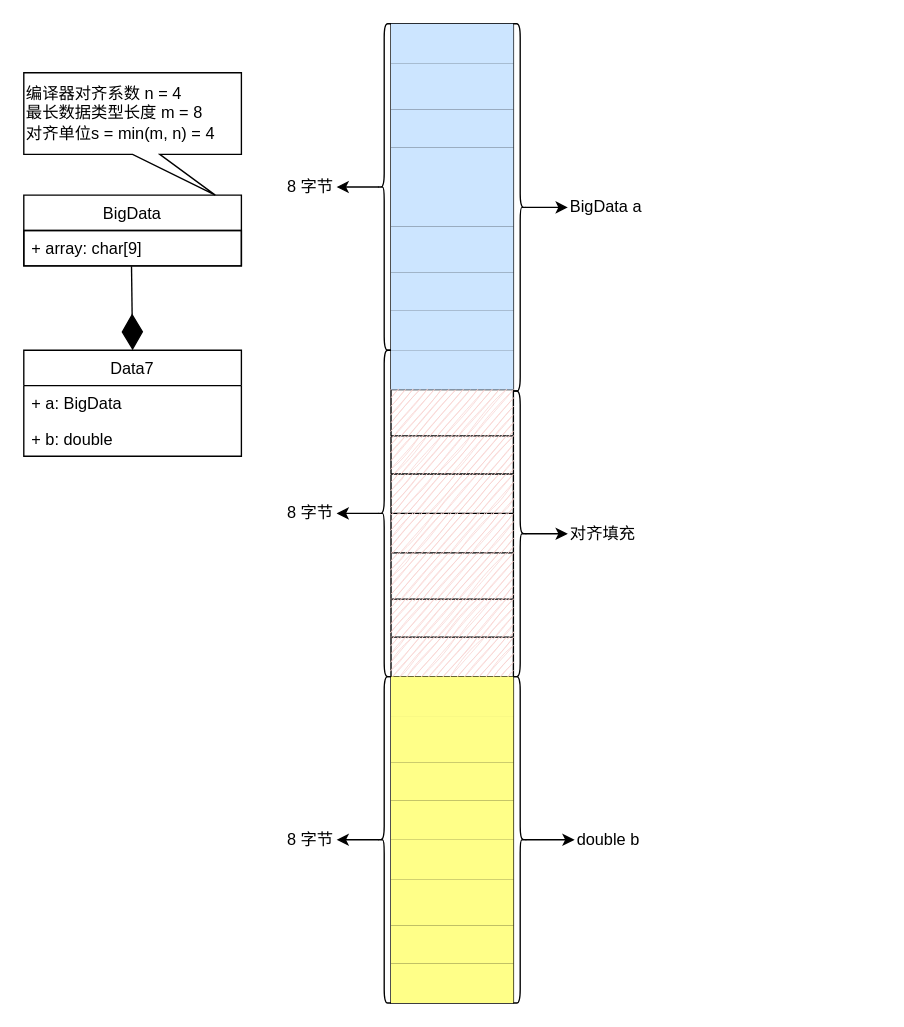
Earlier version of the draw.io diagram TechStack/memory_alignment_case7.drawio (zhxilin/picbed). Source tidied: cells renumbered, new cells numbered last; positions are measured from the earlier drawing's top-left corner, leaving out a move shared by most shapes. Both pictures are drawn from the tidied source at 136%, with x=0, y=0 at pixel (23, 23).
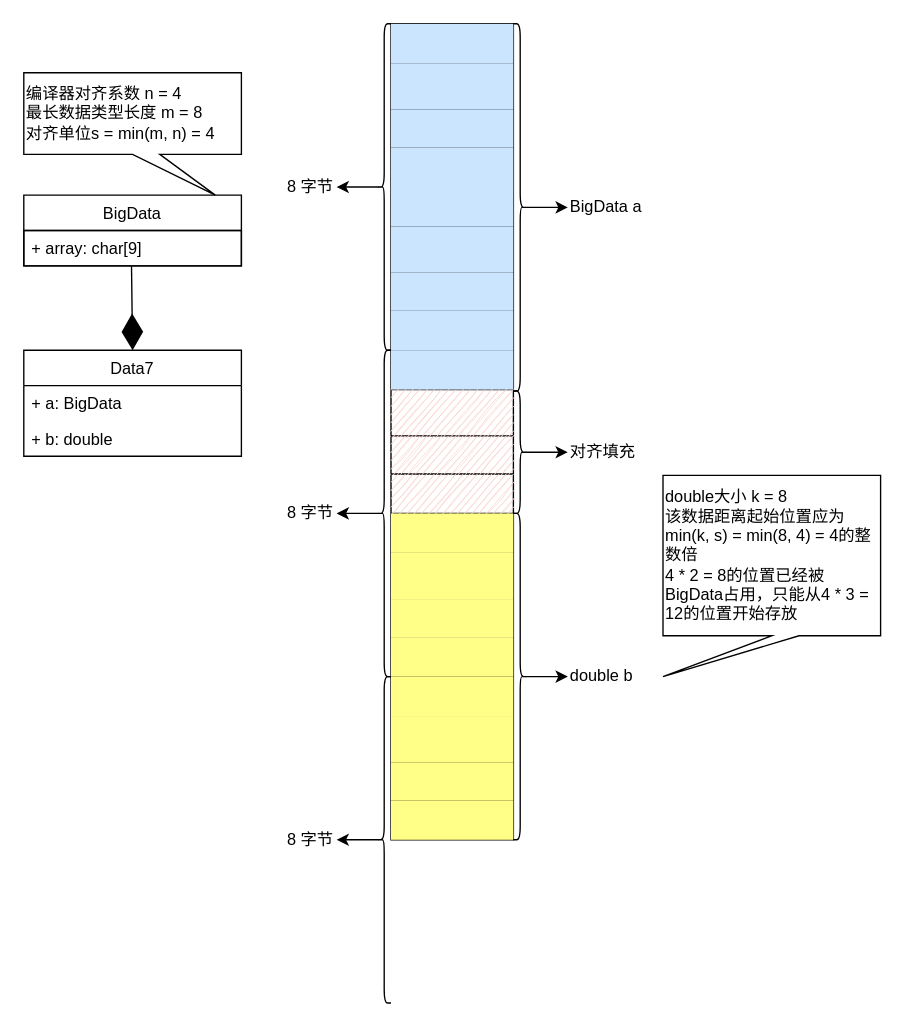
The same page after the edit.

Change to the diagram source:
```diff
@@
     <mxCell id="2" style="shape=table;startSize=0;childLayout=tableLayout;sketch=0;strokeColor=default;" parent="1" vertex="1">
-      <mxGeometry x="270" width="90" height="720" as="geometry" />
+      <mxGeometry x="270" width="90" height="600" as="geometry" />
     </mxCell>
@@
-    <mxCell id="27" style="shape=tableRow;horizontal=0;startSize=0;swimlaneHead=0;swimlaneBody=0;top=0;left=0;bottom=0;right=0;fillColor=none;sketch=0;strokeColor=default;" parent="2" vertex="1">
-      <mxGeometry y="360" width="90" height="29" as="geometry" />
-    </mxCell>
-    <mxCell id="28" style="shape=partialRectangle;html=1;whiteSpace=wrap;overflow=hidden;fillColor=#f8cecc;top=0;left=0;bottom=0;right=0;strokeColor=#b85450;sketch=1;" parent="27" vertex="1">
-      <mxGeometry width="90" height="29" as="geometry" />
-    </mxCell>
-    <mxCell id="29" style="shape=tableRow;horizontal=0;startSize=0;swimlaneHead=0;swimlaneBody=0;top=0;left=0;bottom=0;right=0;fillColor=none;sketch=0;strokeColor=default;" parent="2" vertex="1">
-      <mxGeometry y="389" width="90" height="34" as="geometry" />
-    </mxCell>
-    <mxCell id="30" style="shape=partialRectangle;html=1;whiteSpace=wrap;overflow=hidden;fillColor=#f8cecc;top=0;left=0;bottom=0;right=0;strokeColor=#b85450;sketch=1;" parent="29" vertex="1">
-      <mxGeometry width="90" height="34" as="geometry" />
-    </mxCell>
-    <mxCell id="31" style="shape=tableRow;horizontal=0;startSize=0;swimlaneHead=0;swimlaneBody=0;top=0;left=0;bottom=0;right=0;fillColor=none;sketch=0;strokeColor=default;" parent="2" vertex="1">
-      <mxGeometry y="423" width="90" height="28" as="geometry" />
-    </mxCell>
-    <mxCell id="32" style="shape=partialRectangle;html=1;whiteSpace=wrap;overflow=hidden;fillColor=#f8cecc;top=0;left=0;bottom=0;right=0;strokeColor=#b85450;sketch=1;" parent="31" vertex="1">
-      <mxGeometry width="90" height="28" as="geometry" />
-    </mxCell>
-    <mxCell id="33" style="shape=tableRow;horizontal=0;startSize=0;swimlaneHead=0;swimlaneBody=0;top=0;left=0;bottom=0;right=0;fillColor=none;sketch=0;strokeColor=default;" parent="2" vertex="1">
-      <mxGeometry y="451" width="90" height="29" as="geometry" />
-    </mxCell>
-    <mxCell id="34" style="shape=partialRectangle;html=1;whiteSpace=wrap;overflow=hidden;fillColor=#f8cecc;top=0;left=0;bottom=0;right=0;strokeColor=#b85450;sketch=1;" parent="33" vertex="1">
-      <mxGeometry width="90" height="29" as="geometry" />
-    </mxCell>
     <mxCell id="35" style="shape=tableRow;horizontal=0;startSize=0;swimlaneHead=0;swimlaneBody=0;top=0;left=0;bottom=0;right=0;fillColor=none;sketch=0;strokeColor=default;swimlaneLine=1;" parent="2" vertex="1">
-      <mxGeometry y="480" width="90" height="29" as="geometry" />
+      <mxGeometry y="360" width="90" height="29" as="geometry" />
     </mxCell>
@@
     <mxCell id="37" style="shape=tableRow;horizontal=0;startSize=0;swimlaneHead=0;swimlaneBody=0;top=0;left=0;bottom=0;right=0;fillColor=none;sketch=0;strokeColor=default;swimlaneLine=1;" parent="2" vertex="1">
-      <mxGeometry y="509" width="90" height="34" as="geometry" />
+      <mxGeometry y="389" width="90" height="34" as="geometry" />
     </mxCell>
@@
     <mxCell id="39" style="shape=tableRow;horizontal=0;startSize=0;swimlaneHead=0;swimlaneBody=0;top=0;left=0;bottom=0;right=0;fillColor=none;sketch=0;strokeColor=default;swimlaneLine=1;" parent="2" vertex="1">
-      <mxGeometry y="543" width="90" height="28" as="geometry" />
+      <mxGeometry y="423" width="90" height="28" as="geometry" />
     </mxCell>
@@
     <mxCell id="41" style="shape=tableRow;horizontal=0;startSize=0;swimlaneHead=0;swimlaneBody=0;top=0;left=0;bottom=0;right=0;fillColor=none;sketch=0;strokeColor=default;swimlaneLine=1;" parent="2" vertex="1">
-      <mxGeometry y="571" width="90" height="29" as="geometry" />
+      <mxGeometry y="451" width="90" height="29" as="geometry" />
     </mxCell>
@@
     <mxCell id="43" style="shape=tableRow;horizontal=0;startSize=0;swimlaneHead=0;swimlaneBody=0;top=0;left=0;bottom=0;right=0;fillColor=none;sketch=0;strokeColor=default;swimlaneLine=1;" parent="2" vertex="1">
-      <mxGeometry y="600" width="90" height="29" as="geometry" />
+      <mxGeometry y="480" width="90" height="29" as="geometry" />
     </mxCell>
@@
     <mxCell id="45" style="shape=tableRow;horizontal=0;startSize=0;swimlaneHead=0;swimlaneBody=0;top=0;left=0;bottom=0;right=0;fillColor=none;sketch=0;strokeColor=default;swimlaneLine=1;" parent="2" vertex="1">
-      <mxGeometry y="629" width="90" height="34" as="geometry" />
+      <mxGeometry y="509" width="90" height="34" as="geometry" />
     </mxCell>
@@
     <mxCell id="47" style="shape=tableRow;horizontal=0;startSize=0;swimlaneHead=0;swimlaneBody=0;top=0;left=0;bottom=0;right=0;fillColor=none;sketch=0;strokeColor=default;swimlaneLine=1;" parent="2" vertex="1">
-      <mxGeometry y="663" width="90" height="28" as="geometry" />
+      <mxGeometry y="543" width="90" height="28" as="geometry" />
     </mxCell>
@@
     <mxCell id="49" style="shape=tableRow;horizontal=0;startSize=0;swimlaneHead=0;swimlaneBody=0;top=0;left=0;bottom=0;right=0;fillColor=none;sketch=0;strokeColor=default;swimlaneLine=1;" parent="2" vertex="1">
-      <mxGeometry y="691" width="90" height="29" as="geometry" />
+      <mxGeometry y="571" width="90" height="29" as="geometry" />
     </mxCell>
@@
     <mxCell id="53" style="shape=curlyBracket;whiteSpace=wrap;html=1;rounded=1;flipH=1;sketch=0;strokeColor=default;swimlaneLine=1;" parent="1" vertex="1">
-      <mxGeometry x="360" y="480" width="10" height="240" as="geometry" />
+      <mxGeometry x="360" y="360" width="10" height="240" as="geometry" />
     </mxCell>
@@
     <mxCell id="56" value="double b" style="text;html=1;strokeColor=none;fillColor=none;align=left;verticalAlign=middle;whiteSpace=wrap;rounded=0;sketch=0;swimlaneLine=1;" parent="1" vertex="1">
-      <mxGeometry x="405" y="590" width="60" height="20" as="geometry" />
+      <mxGeometry x="400" y="470" width="60" height="20" as="geometry" />
     </mxCell>
@@
     <mxCell id="65" value="对齐填充" style="text;html=1;strokeColor=none;fillColor=none;align=left;verticalAlign=middle;whiteSpace=wrap;rounded=0;sketch=0;swimlaneLine=1;" parent="1" vertex="1">
-      <mxGeometry x="400" y="365" width="60" height="20" as="geometry" />
+      <mxGeometry x="400" y="305" width="60" height="20" as="geometry" />
     </mxCell>
     <mxCell id="66" style="shape=curlyBracket;whiteSpace=wrap;html=1;rounded=1;flipH=1;sketch=0;strokeColor=default;swimlaneLine=1;" parent="1" vertex="1">
-      <mxGeometry x="360" y="270" width="10" height="210" as="geometry" />
+      <mxGeometry x="360" y="270" width="10" height="90" as="geometry" />
     </mxCell>
@@
+    <mxCell id="76" value="double大小 k = 8&lt;div&gt;该数据距离起始位置应为min(k, s) = min(8, 4) = 4的整数倍&lt;/div&gt;&lt;div&gt;4 * 2 = 8的位置已经被BigData占用，只能从4 * 3 = 12的位置开始存放&lt;/div&gt;" style="shape=callout;whiteSpace=wrap;html=1;perimeter=calloutPerimeter;sketch=0;position2=0;align=left;strokeColor=default;" parent="1" vertex="1">
+      <mxGeometry x="470" y="332" width="160" height="148" as="geometry" />
+    </mxCell>
```
